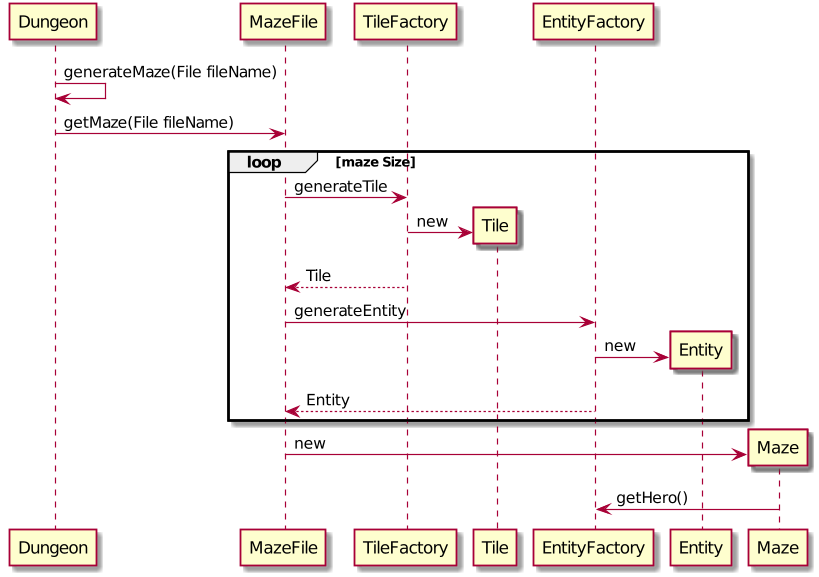
This is doc/first_sprint/diagrams/sequences/GenerateMaze.png from Reynault/ACL_2019_Zelpop, a PlantUML export, as it was before one commit.
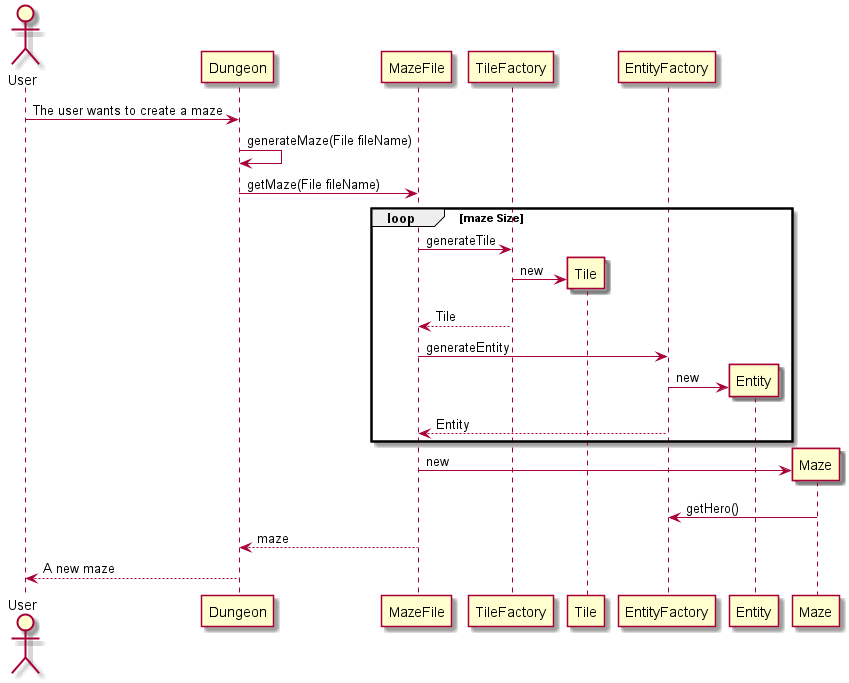
Above is the later version.

The edit, as a diff of the source:
```diff
@@ -1,4 +1,6 @@
 @startuml
+Actor User
+User -> Dungeon : The user wants to create a maze
 Dungeon -> Dungeon : generateMaze(File fileName)
 Dungeon -> MazeFile : getMaze(File fileName)
 Loop maze Size
@@ -14,4 +16,6 @@
 create Maze
 MazeFile -> Maze : new
 Maze -> EntityFactory : getHero()
+MazeFile --> Dungeon : maze
+Dungeon --> User : A new maze
 @enduml
```
